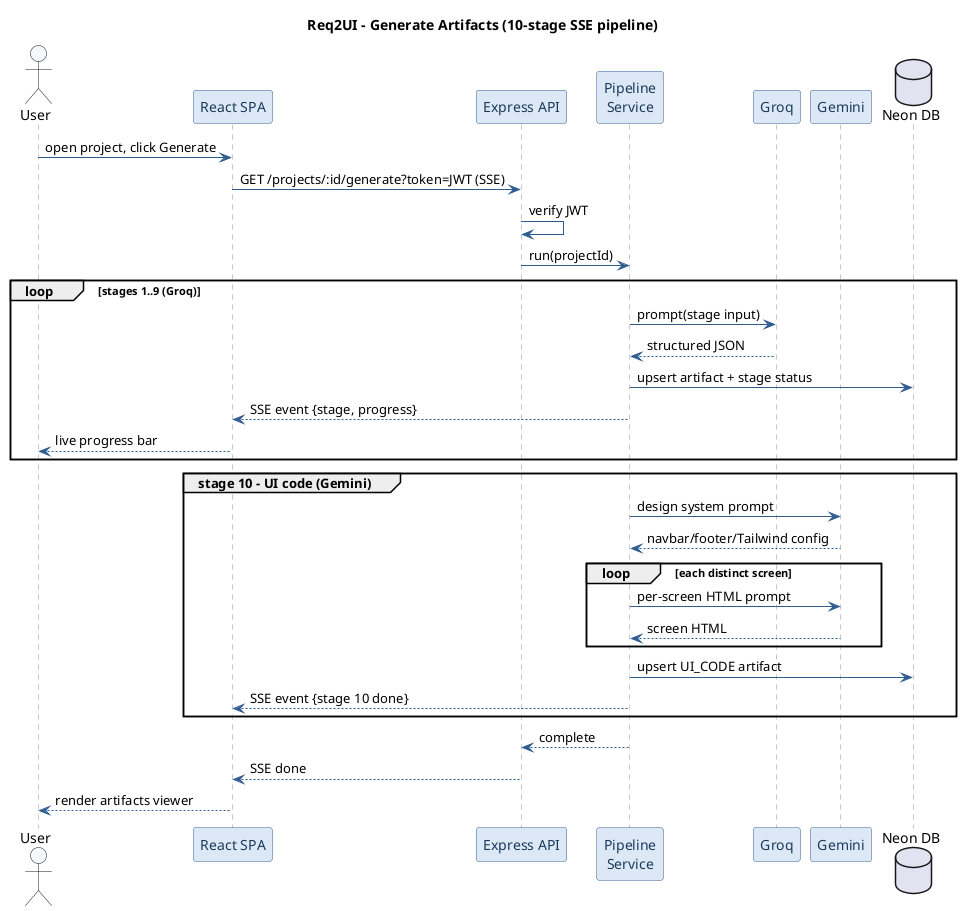
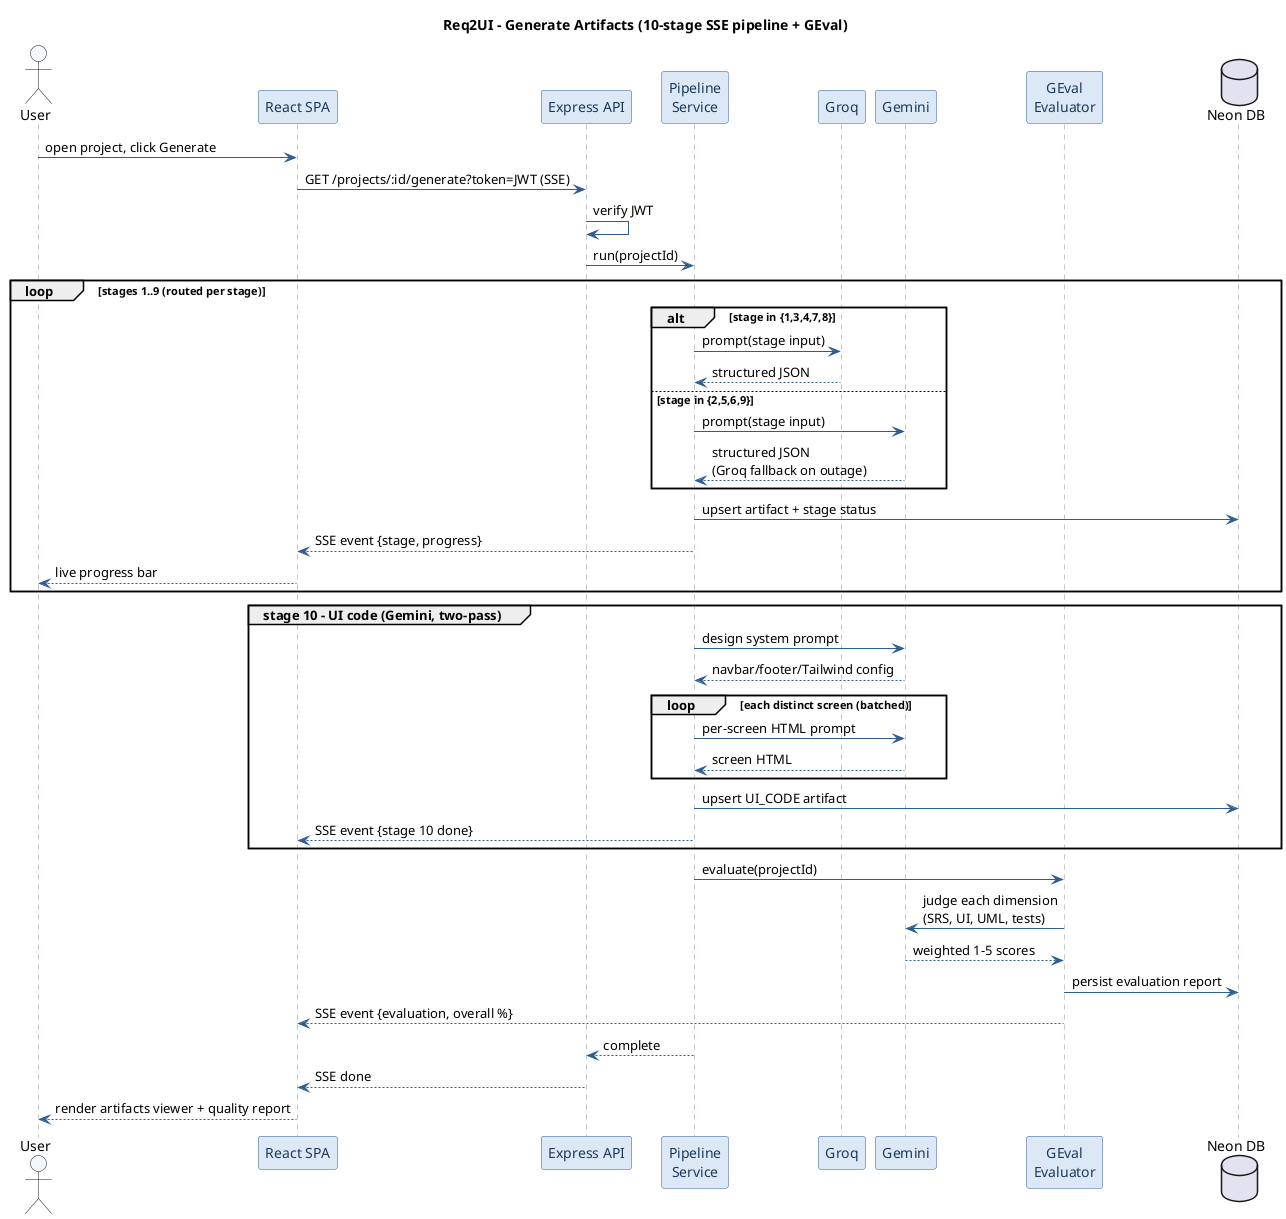
@startuml sequence
' Figure 5 - Sequence Diagram (artifact generation via SSE)
skinparam backgroundColor White
skinparam defaultFontName Helvetica
skinparam shadowing false
skinparam ArrowColor #2F5C8F
skinparam sequence {
  ParticipantBackgroundColor #DCE8F6
  ParticipantBorderColor #2F5C8F
  ParticipantFontColor #1B3A5B
  ActorBackgroundColor #F4F7FB
  LifeLineBorderColor #88A
}

- title Req2UI - Generate Artifacts (10-stage SSE pipeline)
+ title Req2UI - Generate Artifacts (10-stage SSE pipeline + GEval)

actor User
participant "React SPA" as SPA
participant "Express API" as API
participant "Pipeline\nService" as PIPE
participant "Groq" as GROQ
participant "Gemini" as GEM
+ participant "GEval\nEvaluator" as JUDGE
database "Neon DB" as DB

User -> SPA : open project, click Generate
SPA -> API : GET /projects/:id/generate?token=JWT (SSE)
API -> API : verify JWT
API -> PIPE : run(projectId)

- loop stages 1..9 (Groq)
-   PIPE -> GROQ : prompt(stage input)
-   GROQ --> PIPE : structured JSON
+ loop stages 1..9 (routed per stage)
+   alt stage in {1,3,4,7,8}
+     PIPE -> GROQ : prompt(stage input)
+     GROQ --> PIPE : structured JSON
+   else stage in {2,5,6,9}
+     PIPE -> GEM : prompt(stage input)
+     GEM --> PIPE : structured JSON\n(Groq fallback on outage)
+   end
  PIPE -> DB : upsert artifact + stage status
  PIPE --> SPA : SSE event {stage, progress}
  SPA --> User : live progress bar
end

- group stage 10 - UI code (Gemini)
+ group stage 10 - UI code (Gemini, two-pass)
  PIPE -> GEM : design system prompt
  GEM --> PIPE : navbar/footer/Tailwind config
-   loop each distinct screen
+   loop each distinct screen (batched)
    PIPE -> GEM : per-screen HTML prompt
    GEM --> PIPE : screen HTML
  end
  PIPE -> DB : upsert UI_CODE artifact
  PIPE --> SPA : SSE event {stage 10 done}
end

+ PIPE -> JUDGE : evaluate(projectId)
+ JUDGE -> GEM : judge each dimension\n(SRS, UI, UML, tests)
+ GEM --> JUDGE : weighted 1-5 scores
+ JUDGE -> DB : persist evaluation report
+ JUDGE --> SPA : SSE event {evaluation, overall %}
+ 
PIPE --> API : complete
API --> SPA : SSE done
- SPA --> User : render artifacts viewer
+ SPA --> User : render artifacts viewer + quality report
@enduml
